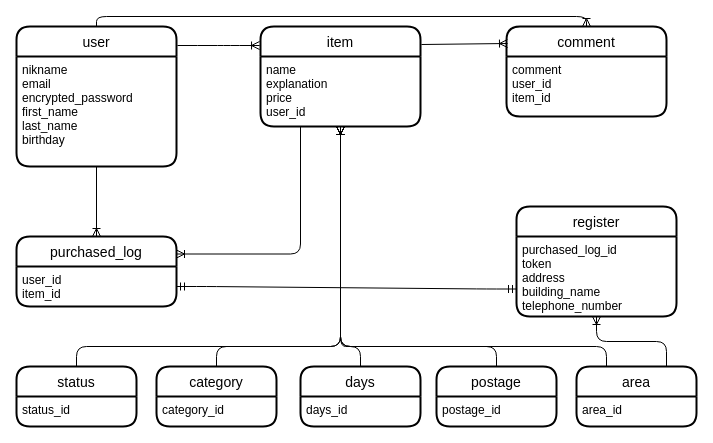
hidekazuyamamoto/furima-36384 keeps this draw.io diagram as furima.dio. Above is the earlier version. Source tidied: cells renumbered, new cells numbered last; positions are measured from the earlier drawing's top-left corner, leaving out a move shared by most shapes. Both pictures are drawn from the tidied source at 100%, with x=0, y=0 at pixel (16, 26).
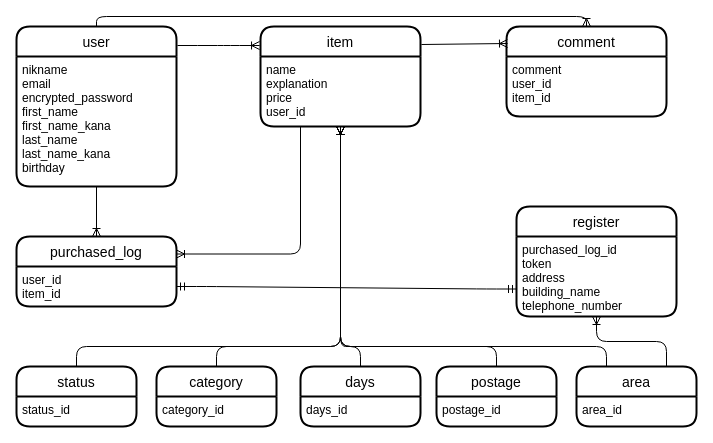
After the change.

Commit message (it also covers changes not shown here):
データベース設計修正（8/4 12:40）

What changed in the source:
```diff
@@
     <mxCell id="2" value="user" style="swimlane;horizontal=1;startSize=30;rounded=1;fontSize=14;fontStyle=0;strokeWidth=2;shadow=0;dashed=0;align=center;" parent="1" vertex="1">
-      <mxGeometry width="160" height="140" as="geometry" />
+      <mxGeometry width="160" height="160" as="geometry" />
     </mxCell>
-    <mxCell id="3" value="nikname&#10;email&#10;encrypted_password&#10;first_name&#10;last_name&#10;birthday" style="align=left;strokeColor=none;fillColor=none;spacingLeft=4;fontSize=12;verticalAlign=top;" parent="2" vertex="1">
-      <mxGeometry y="30" width="160" height="110" as="geometry" />
+    <mxCell id="3" value="nikname&#10;email&#10;encrypted_password&#10;first_name&#10;first_name_kana&#10;last_name&#10;last_name_kana&#10;birthday" style="align=left;strokeColor=none;fillColor=none;spacingLeft=4;fontSize=12;verticalAlign=top;" parent="2" vertex="1">
+      <mxGeometry y="30" width="160" height="130" as="geometry" />
     </mxCell>
```
